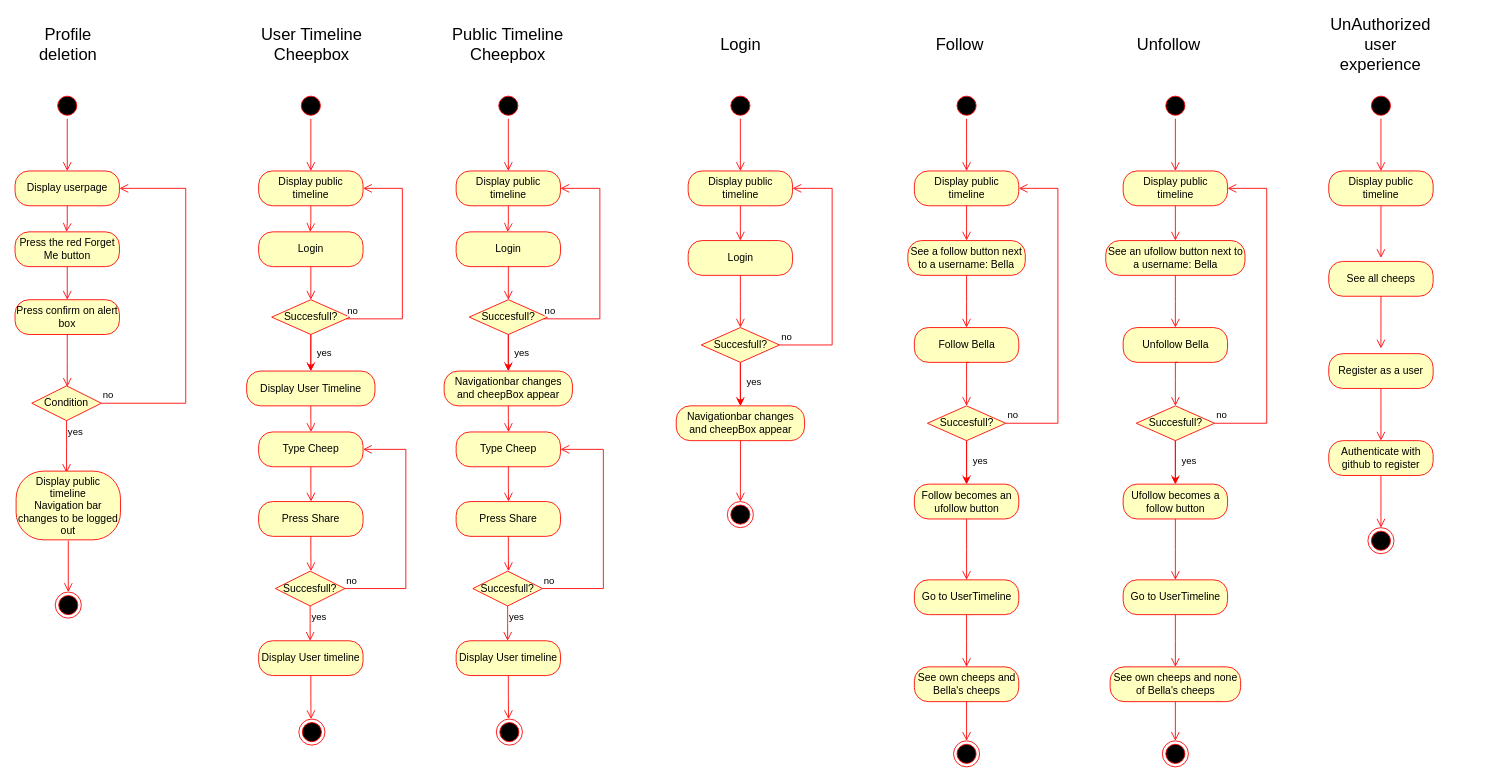
Earlier version of the draw.io diagram Docs/Images/ActivityDiagramArchitecture.drawio (ITU-BDSA23-GROUP4/Chirp). Source tidied: cells renumbered, new cells numbered last; positions are measured from the earlier drawing's top-left corner, leaving out a move shared by most shapes. Both pictures are drawn from the tidied source at 87%, with x=0, y=0 at pixel (15, 31).
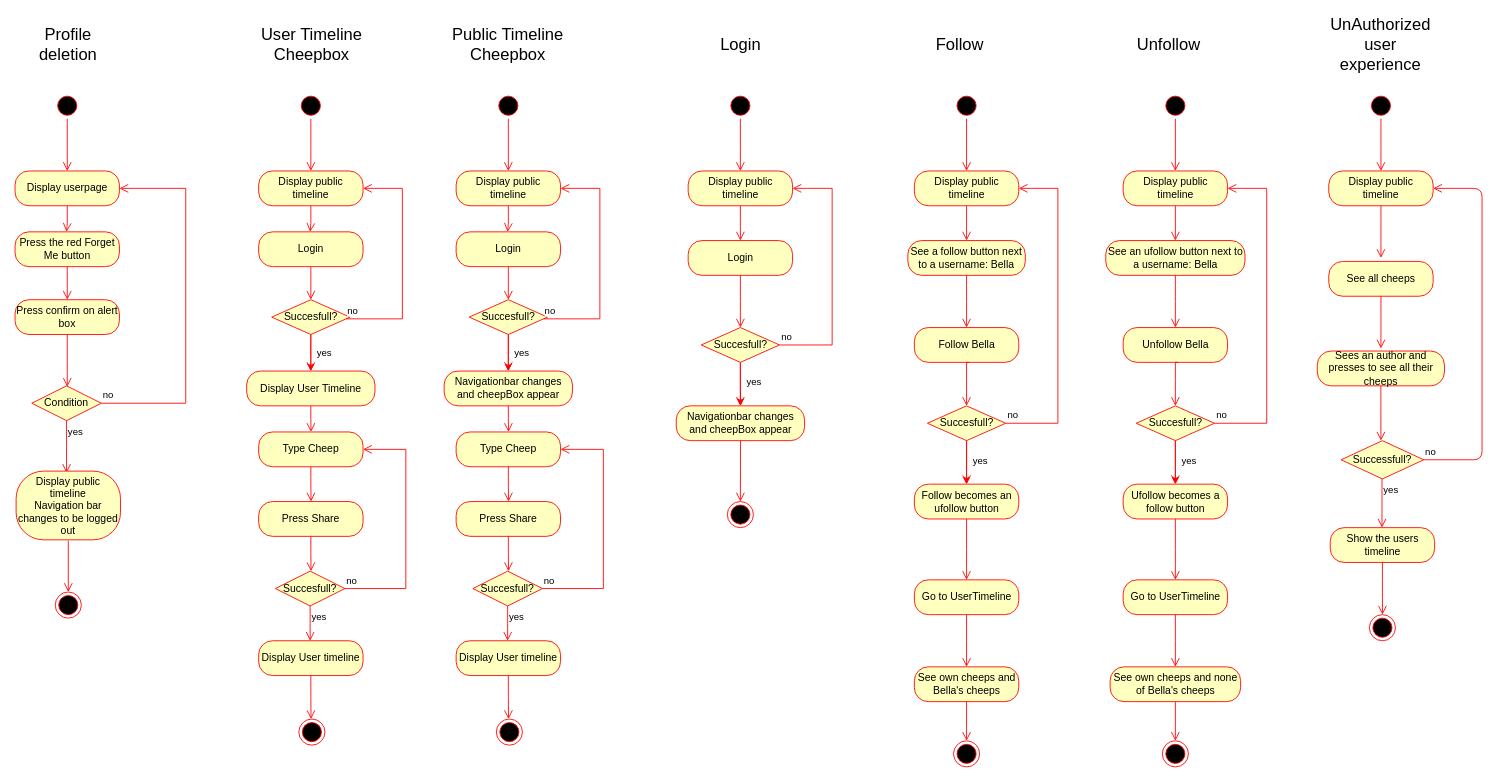
The same page after the edit.

The change refers to these unchanged cells:
```xml
<mxCell id="127" value="Display public timeline" style="rounded=1;whiteSpace=wrap;html=1;arcSize=40;fontColor=#000000;fillColor=#ffffc0;strokeColor=#ff0000;" parent="1" vertex="1">
  <mxGeometry x="1509.8" y="160" width="120" height="40" as="geometry" />
</mxCell>
```

Diff of the diagram source:
```diff
@@
-    <mxCell id="131" value="Register as a user" style="rounded=1;whiteSpace=wrap;html=1;arcSize=40;fontColor=#000000;fillColor=#ffffc0;strokeColor=#ff0000;" parent="1" vertex="1">
-      <mxGeometry x="1509.8" y="370" width="120" height="40" as="geometry" />
+    <mxCell id="131" value="Sees an author and presses to see all their cheeps" style="rounded=1;whiteSpace=wrap;html=1;arcSize=40;fontColor=#000000;fillColor=#ffffc0;strokeColor=#ff0000;" parent="1" vertex="1">
+      <mxGeometry x="1496.6" y="367" width="146.2" height="40" as="geometry" />
     </mxCell>
@@
-    <mxCell id="133" value="Authenticate with github to register" style="rounded=1;whiteSpace=wrap;html=1;arcSize=40;fontColor=#000000;fillColor=#ffffc0;strokeColor=#ff0000;" parent="1" vertex="1">
-      <mxGeometry x="1509.8" y="470" width="120" height="40" as="geometry" />
-    </mxCell>
-    <mxCell id="134" style="edgeStyle=orthogonalEdgeStyle;html=1;verticalAlign=bottom;endArrow=open;endSize=8;strokeColor=#ff0000;" parent="1" edge="1" source="133">
-      <mxGeometry relative="1" as="geometry">
-        <mxPoint x="1569.8" y="570" as="targetPoint" />
-      </mxGeometry>
-    </mxCell>
-    <mxCell id="135" style="ellipse;html=1;shape=endState;fillColor=#000000;strokeColor=#ff0000;" parent="1" vertex="1">
-      <mxGeometry x="1554.8" y="570" width="30" height="30" as="geometry" />
+    <mxCell id="135" value="&lt;font color=&quot;#000000&quot;&gt;Successfull?&lt;/font&gt;" style="rhombus;whiteSpace=wrap;html=1;fillColor=#ffffc0;strokeColor=#ff0000;" parent="1" vertex="1">
+      <mxGeometry x="1524" y="470" width="95" height="44" as="geometry" />
     </mxCell>
+    <mxCell id="136" value="no" style="edgeStyle=orthogonalEdgeStyle;html=1;align=left;verticalAlign=bottom;endArrow=open;endSize=8;strokeColor=#ff0000;entryX=1;entryY=0.5;entryDx=0;entryDy=0;" parent="1" edge="1" source="135" target="127">
+      <mxGeometry x="-1" relative="1" as="geometry">
+        <Array as="points">
+          <mxPoint x="1686" y="492" />
+          <mxPoint x="1686" y="180" />
+        </Array>
+      </mxGeometry>
+    </mxCell>
+    <mxCell id="137" value="yes" style="edgeStyle=orthogonalEdgeStyle;html=1;align=left;verticalAlign=top;endArrow=open;endSize=8;strokeColor=#ff0000;" parent="1" edge="1" source="135">
+      <mxGeometry x="-1" relative="1" as="geometry">
+        <mxPoint x="1571" y="570" as="targetPoint" />
+      </mxGeometry>
+    </mxCell>
+    <mxCell id="138" value="Show the users timeline" style="rounded=1;whiteSpace=wrap;html=1;arcSize=40;fontColor=#000000;fillColor=#ffffc0;strokeColor=#ff0000;" parent="1" vertex="1">
+      <mxGeometry x="1511.5" y="570" width="120" height="40" as="geometry" />
+    </mxCell>
+    <mxCell id="139" style="edgeStyle=orthogonalEdgeStyle;html=1;verticalAlign=bottom;endArrow=open;endSize=8;strokeColor=#ff0000;fontColor=#000000;" parent="1" edge="1" source="138">
+      <mxGeometry relative="1" as="geometry">
+        <mxPoint x="1571.5" y="670" as="targetPoint" />
+      </mxGeometry>
+    </mxCell>
+    <mxCell id="140" style="ellipse;html=1;shape=endState;fillColor=#000000;strokeColor=#ff0000;fontColor=#000000;" parent="1" vertex="1">
+      <mxGeometry x="1556.5" y="670" width="30" height="30" as="geometry" />
+    </mxCell>
```
